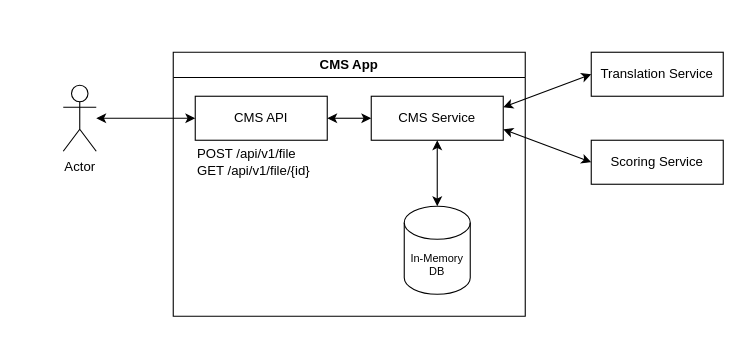
Before: Design/Drafts/cms-architecture.drawio in rbreje/content-moderation-system, a draw.io diagram. Source tidied: cells renumbered, new cells numbered last; positions are measured from the earlier drawing's top-left corner, leaving out a move shared by most shapes. Both pictures are drawn from the tidied source at 110%, with x=0, y=0 at pixel (63, 52).
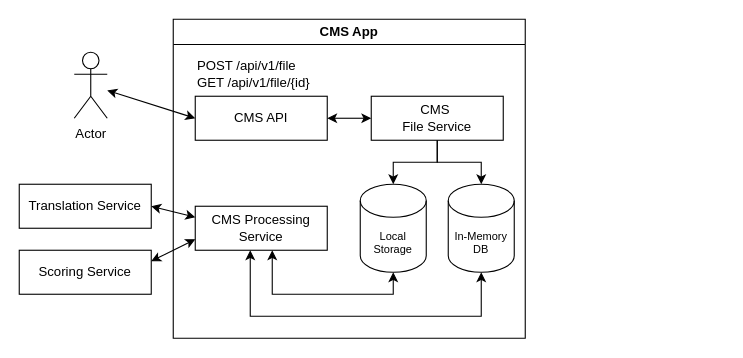
The same diagram, later.

The change refers to these unchanged cells:
```xml
<mxCell id="4" value="CMS API" style="rounded=0;whiteSpace=wrap;html=1;" parent="1" vertex="1">
  <mxGeometry x="120" y="40" width="120" height="40" as="geometry" />
</mxCell>
```

The edit, as a diff of the source:
```diff
@@
     <mxCell id="2" value="Translation Service" style="rounded=0;whiteSpace=wrap;html=1;" parent="1" vertex="1">
-      <mxGeometry x="480" width="120" height="40" as="geometry" />
+      <mxGeometry x="-40" y="120" width="120" height="40" as="geometry" />
     </mxCell>
     <mxCell id="3" value="Scoring Service" style="rounded=0;whiteSpace=wrap;html=1;" parent="1" vertex="1">
-      <mxGeometry x="480" y="80" width="120" height="40" as="geometry" />
+      <mxGeometry x="-40" y="180" width="120" height="40" as="geometry" />
     </mxCell>
@@
     <mxCell id="5" value="Actor" style="shape=umlActor;verticalLabelPosition=bottom;verticalAlign=top;html=1;outlineConnect=0;" parent="1" vertex="1">
-      <mxGeometry y="30" width="30" height="60" as="geometry" />
+      <mxGeometry x="10" width="30" height="60" as="geometry" />
     </mxCell>
+    <mxCell id="10" value="CMS App" style="swimlane;whiteSpace=wrap;html=1;" parent="1" vertex="1">
+      <mxGeometry x="100" y="-30" width="320" height="290" as="geometry" />
+    </mxCell>
+    <mxCell id="11" value="In-Memory DB" style="shape=cylinder3;whiteSpace=wrap;html=1;boundedLbl=1;backgroundOutline=1;size=15;fontSize=10;" parent="10" vertex="1">
+      <mxGeometry x="250" y="150" width="60" height="80" as="geometry" />
+    </mxCell>
+    <mxCell id="15" value="Local&lt;div&gt;Storage&lt;/div&gt;" style="shape=cylinder3;whiteSpace=wrap;html=1;boundedLbl=1;backgroundOutline=1;size=15;fontSize=10;" parent="10" vertex="1">
+      <mxGeometry x="170" y="150" width="60" height="80" as="geometry" />
+    </mxCell>
+    <mxCell id="16" style="edgeStyle=orthogonalEdgeStyle;rounded=0;jettySize=auto;html=1;" parent="10" edge="1" source="17" target="11">
+      <mxGeometry relative="1" as="geometry" />
+    </mxCell>
+    <mxCell id="17" value="CMS&amp;nbsp;&lt;div&gt;&lt;span style=&quot;background-color: initial;&quot;&gt;File Service&lt;/span&gt;&lt;/div&gt;" style="rounded=0;whiteSpace=wrap;html=1;" parent="10" vertex="1">
+      <mxGeometry x="180" y="70" width="120" height="40" as="geometry" />
+    </mxCell>
-    <mxCell id="6" value="POST /api/v1/file&lt;div&gt;GET /api/v1/file/{id}&lt;/div&gt;" style="text;html=1;align=left;verticalAlign=middle;strokeColor=none;fillColor=none;" parent="1" vertex="1">
-      <mxGeometry x="120" y="80" width="130" height="40" as="geometry" />
+    <mxCell id="6" value="POST /api/v1/file&lt;div&gt;GET /api/v1/file/{id}&lt;/div&gt;" style="text;html=1;align=left;verticalAlign=middle;strokeColor=none;fillColor=none;" parent="10" vertex="1">
+      <mxGeometry x="20" y="30" width="130" height="40" as="geometry" />
     </mxCell>
+    <mxCell id="18" style="edgeStyle=orthogonalEdgeStyle;rounded=0;jettySize=auto;html=1;entryX=0.5;entryY=0;entryDx=0;entryDy=0;entryPerimeter=0;" parent="10" edge="1" source="17" target="15">
+      <mxGeometry relative="1" as="geometry" />
+    </mxCell>
-    <mxCell id="7" value="CMS Service" style="rounded=0;whiteSpace=wrap;html=1;" parent="1" vertex="1">
-      <mxGeometry x="280" y="40" width="120" height="40" as="geometry" />
+    <mxCell id="7" value="CMS Processing Service" style="rounded=0;whiteSpace=wrap;html=1;" parent="10" vertex="1">
+      <mxGeometry x="20" y="170" width="120" height="40" as="geometry" />
     </mxCell>
-    <mxCell id="8" style="endArrow=classic;startArrow=classic;html=1;rounded=0;exitX=0.5;exitY=0;exitDx=0;exitDy=0;exitPerimeter=0;entryX=0.5;entryY=1;entryDx=0;entryDy=0;" parent="1" edge="1" source="11" target="7">
-      <mxGeometry relative="1" as="geometry" />
+    <mxCell id="8" style="endArrow=classic;startArrow=classic;html=1;rounded=0;exitX=0.5;exitY=1;exitDx=0;exitDy=0;exitPerimeter=0;edgeStyle=orthogonalEdgeStyle;" parent="10" edge="1" source="11">
+      <mxGeometry relative="1" as="geometry">
+        <mxPoint x="70" y="210" as="targetPoint" />
+        <Array as="points">
+          <mxPoint x="280" y="270" />
+          <mxPoint x="70" y="270" />
+          <mxPoint x="70" y="210" />
+        </Array>
+      </mxGeometry>
     </mxCell>
-    <mxCell id="9" style="endArrow=classic;startArrow=classic;html=1;rounded=0;exitX=1;exitY=0.5;exitDx=0;exitDy=0;entryX=0;entryY=0.5;entryDx=0;entryDy=0;" parent="1" edge="1" source="4" target="7">
-      <mxGeometry relative="1" as="geometry" />
-    </mxCell>
-    <mxCell id="10" value="CMS App" style="swimlane;whiteSpace=wrap;html=1;" parent="1" vertex="1">
-      <mxGeometry x="100" width="320" height="240" as="geometry" />
-    </mxCell>
-    <mxCell id="11" value="In-Memory DB" style="shape=cylinder3;whiteSpace=wrap;html=1;boundedLbl=1;backgroundOutline=1;size=15;fontSize=10;" parent="10" vertex="1">
-      <mxGeometry x="210" y="140" width="60" height="80" as="geometry" />
-    </mxCell>
+    <mxCell id="19" style="edgeStyle=orthogonalEdgeStyle;rounded=0;jettySize=auto;html=1;entryX=0.5;entryY=1;entryDx=0;entryDy=0;entryPerimeter=0;startArrow=classic;startFill=1;" parent="10" edge="1" source="7" target="15">
+      <mxGeometry relative="1" as="geometry">
+        <Array as="points">
+          <mxPoint x="90" y="250" />
+          <mxPoint x="200" y="250" />
+        </Array>
+      </mxGeometry>
+    </mxCell>
-    <mxCell id="12" style="endArrow=classic;startArrow=classic;html=1;rounded=0;exitX=1;exitY=0.25;exitDx=0;exitDy=0;entryX=0;entryY=0.5;entryDx=0;entryDy=0;" parent="1" edge="1" source="7" target="2">
+    <mxCell id="12" style="endArrow=classic;startArrow=classic;html=1;rounded=0;exitX=0;exitY=0.25;exitDx=0;exitDy=0;entryX=1;entryY=0.5;entryDx=0;entryDy=0;" parent="1" edge="1" source="7" target="2">
       <mxGeometry relative="1" as="geometry" />
     </mxCell>
-    <mxCell id="13" style="endArrow=classic;startArrow=classic;html=1;rounded=0;entryX=0;entryY=0.5;entryDx=0;entryDy=0;exitX=1;exitY=0.75;exitDx=0;exitDy=0;" parent="1" edge="1" source="7" target="3">
+    <mxCell id="13" style="endArrow=classic;startArrow=classic;html=1;rounded=0;entryX=1;entryY=0.25;entryDx=0;entryDy=0;exitX=0;exitY=0.75;exitDx=0;exitDy=0;" parent="1" edge="1" source="7" target="3">
       <mxGeometry relative="1" as="geometry" />
     </mxCell>
@@
+    <mxCell id="20" style="endArrow=classic;startArrow=classic;html=1;rounded=0;exitX=1;exitY=0.5;exitDx=0;exitDy=0;entryX=0;entryY=0.5;entryDx=0;entryDy=0;" parent="1" edge="1" source="4" target="17">
+      <mxGeometry relative="1" as="geometry" />
+    </mxCell>
```
